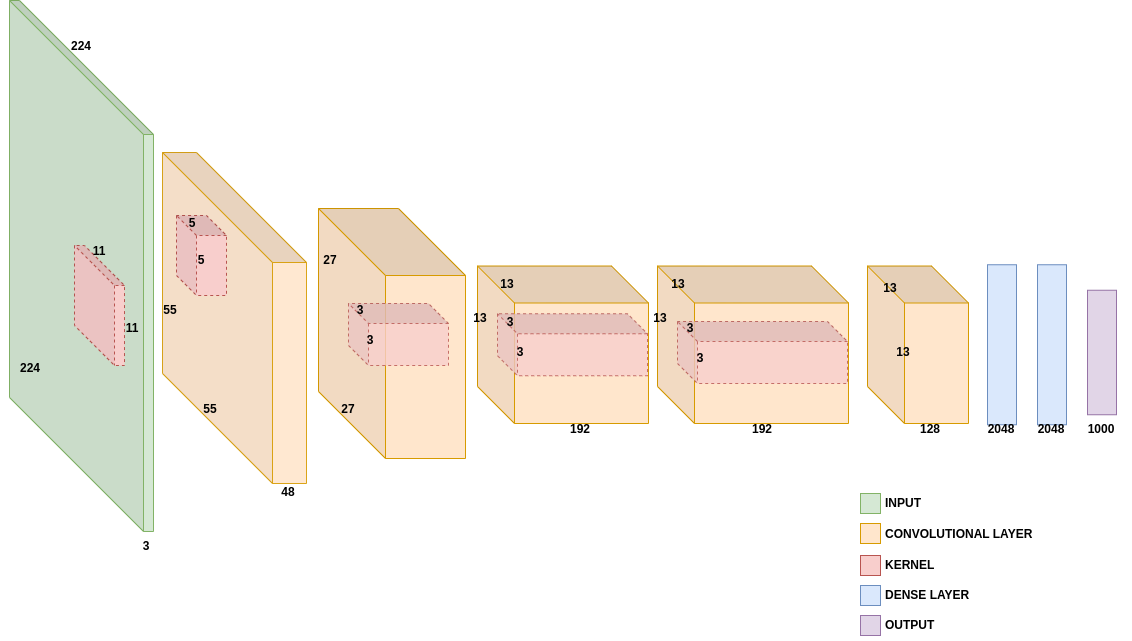
Above: Architectures/AlexNet/src/AlexNet.png in GuidoManni/DeepLearningImplementation (draw.io), before the change. Source tidied: cells renumbered, new cells last; positions are measured from the earlier drawing's top-left corner, leaving out a move shared by most shapes. The source it was exported from:
```xml
<mxGraphModel>
  <root>
    <mxCell id="0" />
    <mxCell id="1" parent="0" />
    <mxCell id="2" style="shape=cube;whiteSpace=wrap;html=1;boundedLbl=1;backgroundOutline=1;darkOpacity=0.05;darkOpacity2=0.1;direction=north;rotation=-180;size=134;fillColor=#d5e8d4;strokeColor=#82b366;flipH=1;" parent="1" vertex="1">
      <mxGeometry x="9" width="144" height="531" as="geometry" />
    </mxCell>
    <mxCell id="3" style="shape=cube;whiteSpace=wrap;html=1;boundedLbl=1;backgroundOutline=1;darkOpacity=0.05;darkOpacity2=0.1;direction=north;rotation=-180;size=40;fillColor=#f8cecc;strokeColor=#b85450;flipH=1;dashed=1;" parent="1" vertex="1">
      <mxGeometry x="74" y="245" width="50" height="120" as="geometry" />
    </mxCell>
    <mxCell id="4" style="shape=cube;whiteSpace=wrap;html=1;boundedLbl=1;backgroundOutline=1;darkOpacity=0.05;darkOpacity2=0.1;direction=north;rotation=-180;size=110;fillColor=#ffe6cc;strokeColor=#d79b00;flipH=1;gradientColor=none;opacity=90;" parent="1" vertex="1">
      <mxGeometry x="162" y="152" width="144" height="331" as="geometry" />
    </mxCell>
    <mxCell id="5" style="shape=cube;whiteSpace=wrap;html=1;boundedLbl=1;backgroundOutline=1;darkOpacity=0.05;darkOpacity2=0.1;direction=north;rotation=-180;size=20;fillColor=#f8cecc;strokeColor=#b85450;flipH=1;dashed=1;strokeWidth=1;" parent="1" vertex="1">
      <mxGeometry x="176" y="215" width="50" height="80" as="geometry" />
    </mxCell>
    <mxCell id="6" style="shape=cube;whiteSpace=wrap;html=1;boundedLbl=1;backgroundOutline=1;darkOpacity=0.05;darkOpacity2=0.1;direction=north;rotation=-180;size=37;fillColor=#ffe6cc;strokeColor=#d79b00;flipH=1;" parent="1" vertex="1">
      <mxGeometry x="477" y="265.5" width="171" height="157.5" as="geometry" />
    </mxCell>
    <mxCell id="7" style="shape=cube;whiteSpace=wrap;html=1;boundedLbl=1;backgroundOutline=1;darkOpacity=0.05;darkOpacity2=0.1;direction=north;rotation=-180;size=67;fillColor=#ffe6cc;strokeColor=#d79b00;flipH=1;perimeterSpacing=0;" parent="1" vertex="1">
      <mxGeometry x="318" y="208" width="147" height="250" as="geometry" />
    </mxCell>
    <mxCell id="8" style="shape=cube;whiteSpace=wrap;html=1;boundedLbl=1;backgroundOutline=1;darkOpacity=0.05;darkOpacity2=0.1;direction=north;rotation=-180;size=20;fillColor=#f8cecc;strokeColor=#b85450;flipH=1;dashed=1;opacity=80;" parent="1" vertex="1">
      <mxGeometry x="348" y="303" width="100" height="62" as="geometry" />
    </mxCell>
    <mxCell id="9" style="shape=cube;whiteSpace=wrap;html=1;boundedLbl=1;backgroundOutline=1;darkOpacity=0.05;darkOpacity2=0.1;direction=north;rotation=-180;size=20;fillColor=#f8cecc;strokeColor=#b85450;flipH=1;dashed=1;opacity=80;" parent="1" vertex="1">
      <mxGeometry x="497" y="313.2" width="150" height="62" as="geometry" />
    </mxCell>
    <mxCell id="10" style="shape=cube;whiteSpace=wrap;html=1;boundedLbl=1;backgroundOutline=1;darkOpacity=0.05;darkOpacity2=0.1;direction=north;rotation=-180;size=37;fillColor=#ffe6cc;strokeColor=#d79b00;flipH=1;" parent="1" vertex="1">
      <mxGeometry x="657" y="265.5" width="191" height="157.5" as="geometry" />
    </mxCell>
    <mxCell id="11" style="shape=cube;whiteSpace=wrap;html=1;boundedLbl=1;backgroundOutline=1;darkOpacity=0.05;darkOpacity2=0.1;direction=north;rotation=-180;size=20;fillColor=#f8cecc;strokeColor=#b85450;flipH=1;dashed=1;opacity=80;" parent="1" vertex="1">
      <mxGeometry x="677" y="321" width="170" height="62" as="geometry" />
    </mxCell>
    <mxCell id="12" style="shape=cube;whiteSpace=wrap;html=1;boundedLbl=1;backgroundOutline=1;darkOpacity=0.05;darkOpacity2=0.1;direction=north;rotation=-180;size=37;fillColor=#ffe6cc;strokeColor=#d79b00;flipH=1;" parent="1" vertex="1">
      <mxGeometry x="867" y="265.5" width="101" height="157.5" as="geometry" />
    </mxCell>
    <mxCell id="13" style="rounded=0;whiteSpace=wrap;html=1;fillColor=#dae8fc;strokeColor=#6c8ebf;" parent="1" vertex="1">
      <mxGeometry x="987" y="264.2" width="29" height="160" as="geometry" />
    </mxCell>
    <mxCell id="14" style="rounded=0;whiteSpace=wrap;html=1;fillColor=#dae8fc;strokeColor=#6c8ebf;" parent="1" vertex="1">
      <mxGeometry x="1037" y="264.2" width="29" height="160" as="geometry" />
    </mxCell>
    <mxCell id="15" style="rounded=0;whiteSpace=wrap;html=1;fillColor=#e1d5e7;strokeColor=#9673a6;" parent="1" vertex="1">
      <mxGeometry x="1087" y="289.8" width="29" height="124.5" as="geometry" />
    </mxCell>
    <mxCell id="16" value="&lt;b&gt;INPUT&lt;/b&gt;" style="text;html=1;align=center;verticalAlign=middle;whiteSpace=wrap;rounded=0;" parent="1" vertex="1">
      <mxGeometry x="873" y="488" width="60" height="30" as="geometry" />
    </mxCell>
    <mxCell id="17" style="rounded=0;whiteSpace=wrap;html=1;fillColor=#d5e8d4;strokeColor=#82b366;" parent="1" vertex="1">
      <mxGeometry x="860" y="493" width="20" height="20" as="geometry" />
    </mxCell>
    <mxCell id="18" value="&lt;b&gt;CONVOLUTIONAL LAYER&lt;/b&gt;" style="text;html=1;align=left;verticalAlign=middle;whiteSpace=wrap;rounded=0;" parent="1" vertex="1">
      <mxGeometry x="883" y="519" width="187" height="30" as="geometry" />
    </mxCell>
    <mxCell id="19" style="rounded=0;whiteSpace=wrap;html=1;fillColor=#ffe6cc;strokeColor=#d79b00;" parent="1" vertex="1">
      <mxGeometry x="860" y="523" width="20" height="20" as="geometry" />
    </mxCell>
    <mxCell id="20" style="rounded=0;whiteSpace=wrap;html=1;fillColor=#f8cecc;strokeColor=#b85450;" parent="1" vertex="1">
      <mxGeometry x="860" y="555" width="20" height="20" as="geometry" />
    </mxCell>
    <mxCell id="21" value="&lt;b&gt;KERNEL&lt;/b&gt;" style="text;html=1;align=left;verticalAlign=middle;whiteSpace=wrap;rounded=0;" parent="1" vertex="1">
      <mxGeometry x="883" y="550" width="187" height="30" as="geometry" />
    </mxCell>
    <mxCell id="22" style="rounded=0;whiteSpace=wrap;html=1;fillColor=#dae8fc;strokeColor=#6c8ebf;" parent="1" vertex="1">
      <mxGeometry x="860" y="585" width="20" height="20" as="geometry" />
    </mxCell>
    <mxCell id="23" value="&lt;b&gt;DENSE LAYER&lt;/b&gt;" style="text;html=1;align=left;verticalAlign=middle;whiteSpace=wrap;rounded=0;" parent="1" vertex="1">
      <mxGeometry x="883" y="580" width="187" height="30" as="geometry" />
    </mxCell>
    <mxCell id="24" value="&lt;b&gt;3&lt;/b&gt;" style="text;html=1;align=center;verticalAlign=middle;whiteSpace=wrap;rounded=0;" parent="1" vertex="1">
      <mxGeometry x="116" y="531" width="60" height="30" as="geometry" />
    </mxCell>
    <mxCell id="25" value="&lt;b&gt;224&lt;/b&gt;" style="text;html=1;align=center;verticalAlign=middle;whiteSpace=wrap;rounded=0;" parent="1" vertex="1">
      <mxGeometry x="51" y="31" width="60" height="30" as="geometry" />
    </mxCell>
    <mxCell id="26" value="&lt;b&gt;224&lt;/b&gt;" style="text;html=1;align=center;verticalAlign=middle;whiteSpace=wrap;rounded=0;" parent="1" vertex="1">
      <mxGeometry y="353" width="60" height="30" as="geometry" />
    </mxCell>
    <mxCell id="27" value="&lt;b&gt;11&lt;/b&gt;" style="text;html=1;align=center;verticalAlign=middle;whiteSpace=wrap;rounded=0;" parent="1" vertex="1">
      <mxGeometry x="69" y="235.5" width="60" height="30" as="geometry" />
    </mxCell>
    <mxCell id="28" value="&lt;b&gt;11&lt;/b&gt;" style="text;html=1;align=center;verticalAlign=middle;whiteSpace=wrap;rounded=0;" parent="1" vertex="1">
      <mxGeometry x="102" y="313.2" width="60" height="30" as="geometry" />
    </mxCell>
    <mxCell id="29" value="&lt;b&gt;55&lt;/b&gt;" style="text;html=1;align=center;verticalAlign=middle;whiteSpace=wrap;rounded=0;" parent="1" vertex="1">
      <mxGeometry x="180" y="394.2" width="60" height="30" as="geometry" />
    </mxCell>
    <mxCell id="30" value="&lt;b&gt;55&lt;/b&gt;" style="text;html=1;align=center;verticalAlign=middle;whiteSpace=wrap;rounded=0;" parent="1" vertex="1">
      <mxGeometry x="140" y="295" width="60" height="30" as="geometry" />
    </mxCell>
    <mxCell id="31" value="&lt;b&gt;48&lt;/b&gt;" style="text;html=1;align=center;verticalAlign=middle;whiteSpace=wrap;rounded=0;" parent="1" vertex="1">
      <mxGeometry x="258" y="477" width="60" height="30" as="geometry" />
    </mxCell>
    <mxCell id="32" value="&lt;b&gt;5&lt;/b&gt;" style="text;html=1;align=center;verticalAlign=middle;whiteSpace=wrap;rounded=0;" parent="1" vertex="1">
      <mxGeometry x="171" y="245" width="60" height="30" as="geometry" />
    </mxCell>
    <mxCell id="33" value="&lt;b&gt;5&lt;/b&gt;" style="text;html=1;align=center;verticalAlign=middle;whiteSpace=wrap;rounded=0;" parent="1" vertex="1">
      <mxGeometry x="162" y="208" width="60" height="30" as="geometry" />
    </mxCell>
    <mxCell id="34" value="&lt;b&gt;3&lt;/b&gt;" style="text;html=1;align=center;verticalAlign=middle;whiteSpace=wrap;rounded=0;" parent="1" vertex="1">
      <mxGeometry x="340" y="325" width="60" height="30" as="geometry" />
    </mxCell>
    <mxCell id="35" value="&lt;b&gt;3&lt;/b&gt;" style="text;html=1;align=center;verticalAlign=middle;whiteSpace=wrap;rounded=0;" parent="1" vertex="1">
      <mxGeometry x="330" y="295" width="60" height="30" as="geometry" />
    </mxCell>
    <mxCell id="36" value="&lt;b&gt;3&lt;/b&gt;" style="text;html=1;align=center;verticalAlign=middle;whiteSpace=wrap;rounded=0;" parent="1" vertex="1">
      <mxGeometry x="490" y="337" width="60" height="30" as="geometry" />
    </mxCell>
    <mxCell id="37" value="&lt;b&gt;3&lt;/b&gt;" style="text;html=1;align=center;verticalAlign=middle;whiteSpace=wrap;rounded=0;" parent="1" vertex="1">
      <mxGeometry x="480" y="307" width="60" height="30" as="geometry" />
    </mxCell>
    <mxCell id="38" value="&lt;b&gt;3&lt;/b&gt;" style="text;html=1;align=center;verticalAlign=middle;whiteSpace=wrap;rounded=0;" parent="1" vertex="1">
      <mxGeometry x="660" y="313.2" width="60" height="30" as="geometry" />
    </mxCell>
    <mxCell id="39" value="&lt;b&gt;3&lt;/b&gt;" style="text;html=1;align=center;verticalAlign=middle;whiteSpace=wrap;rounded=0;" parent="1" vertex="1">
      <mxGeometry x="670" y="343.2" width="60" height="30" as="geometry" />
    </mxCell>
    <mxCell id="40" value="&lt;b&gt;128&lt;/b&gt;" style="text;html=1;align=center;verticalAlign=middle;whiteSpace=wrap;rounded=0;" parent="1" vertex="1">
      <mxGeometry x="900" y="414.2" width="60" height="30" as="geometry" />
    </mxCell>
    <mxCell id="41" value="&lt;b&gt;27&lt;/b&gt;" style="text;html=1;align=center;verticalAlign=middle;whiteSpace=wrap;rounded=0;" parent="1" vertex="1">
      <mxGeometry x="318" y="394.2" width="60" height="30" as="geometry" />
    </mxCell>
    <mxCell id="42" value="&lt;b&gt;27&lt;/b&gt;" style="text;html=1;align=center;verticalAlign=middle;whiteSpace=wrap;rounded=0;" parent="1" vertex="1">
      <mxGeometry x="300" y="245" width="60" height="30" as="geometry" />
    </mxCell>
    <mxCell id="43" value="&lt;b&gt;13&lt;/b&gt;" style="text;html=1;align=center;verticalAlign=middle;whiteSpace=wrap;rounded=0;" parent="1" vertex="1">
      <mxGeometry x="477" y="269" width="60" height="30" as="geometry" />
    </mxCell>
    <mxCell id="44" value="&lt;b&gt;13&lt;/b&gt;" style="text;html=1;align=center;verticalAlign=middle;whiteSpace=wrap;rounded=0;" parent="1" vertex="1">
      <mxGeometry x="450" y="302.5" width="60" height="30" as="geometry" />
    </mxCell>
    <mxCell id="45" value="&lt;b&gt;192&lt;/b&gt;" style="text;html=1;align=center;verticalAlign=middle;whiteSpace=wrap;rounded=0;" parent="1" vertex="1">
      <mxGeometry x="550" y="414.2" width="60" height="30" as="geometry" />
    </mxCell>
    <mxCell id="46" value="&lt;b&gt;13&lt;/b&gt;" style="text;html=1;align=center;verticalAlign=middle;whiteSpace=wrap;rounded=0;" parent="1" vertex="1">
      <mxGeometry x="648" y="269" width="60" height="30" as="geometry" />
    </mxCell>
    <mxCell id="47" value="&lt;b&gt;13&lt;/b&gt;" style="text;html=1;align=center;verticalAlign=middle;whiteSpace=wrap;rounded=0;" parent="1" vertex="1">
      <mxGeometry x="630" y="303" width="60" height="30" as="geometry" />
    </mxCell>
    <mxCell id="48" value="&lt;b&gt;192&lt;/b&gt;" style="text;html=1;align=center;verticalAlign=middle;whiteSpace=wrap;rounded=0;" parent="1" vertex="1">
      <mxGeometry x="732" y="414.2" width="60" height="30" as="geometry" />
    </mxCell>
    <mxCell id="49" value="&lt;b&gt;13&lt;/b&gt;" style="text;html=1;align=center;verticalAlign=middle;whiteSpace=wrap;rounded=0;" parent="1" vertex="1">
      <mxGeometry x="860" y="273" width="60" height="30" as="geometry" />
    </mxCell>
    <mxCell id="50" value="&lt;b&gt;13&lt;/b&gt;" style="text;html=1;align=center;verticalAlign=middle;whiteSpace=wrap;rounded=0;" parent="1" vertex="1">
      <mxGeometry x="873" y="337" width="60" height="30" as="geometry" />
    </mxCell>
    <mxCell id="51" value="&lt;b&gt;2048&lt;/b&gt;&lt;span style=&quot;color: rgba(0, 0, 0, 0); font-family: monospace; font-size: 0px; text-align: start; text-wrap: nowrap;&quot;&gt;%3CmxGraphModel%3E%3Croot%3E%3CmxCell%20id%3D%220%22%2F%3E%3CmxCell%20id%3D%221%22%20parent%3D%220%22%2F%3E%3CmxCell%20id%3D%222%22%20value%3D%22%26lt%3Bb%26gt%3B128%26lt%3B%2Fb%26gt%3B%22%20style%3D%22text%3Bhtml%3D1%3Balign%3Dcenter%3BverticalAlign%3Dmiddle%3BwhiteSpace%3Dwrap%3Brounded%3D0%3B%22%20vertex%3D%221%22%20parent%3D%221%22%3E%3CmxGeometry%20x%3D%22900%22%20y%3D%22543.25%22%20width%3D%2260%22%20height%3D%2230%22%20as%3D%22geometry%22%2F%3E%3C%2FmxCell%3E%3C%2Froot%3E%3C%2FmxGraphModel%3E&lt;/span&gt;" style="text;html=1;align=center;verticalAlign=middle;whiteSpace=wrap;rounded=0;" parent="1" vertex="1">
      <mxGeometry x="971.5" y="414.2" width="60" height="30" as="geometry" />
    </mxCell>
    <mxCell id="52" value="&lt;b&gt;2048&lt;/b&gt;&lt;span style=&quot;color: rgba(0, 0, 0, 0); font-family: monospace; font-size: 0px; text-align: start; text-wrap: nowrap;&quot;&gt;%3CmxGraphModel%3E%3Croot%3E%3CmxCell%20id%3D%220%22%2F%3E%3CmxCell%20id%3D%221%22%20parent%3D%220%22%2F%3E%3CmxCell%20id%3D%222%22%20value%3D%22%26lt%3Bb%26gt%3B128%26lt%3B%2Fb%26gt%3B%22%20style%3D%22text%3Bhtml%3D1%3Balign%3Dcenter%3BverticalAlign%3Dmiddle%3BwhiteSpace%3Dwrap%3Brounded%3D0%3B%22%20vertex%3D%221%22%20parent%3D%221%22%3E%3CmxGeometry%20x%3D%22900%22%20y%3D%22543.25%22%20width%3D%2260%22%20height%3D%2230%22%20as%3D%22geometry%22%2F%3E%3C%2FmxCell%3E%3C%2Froot%3E%3C%2FmxGraphModel%3E&lt;/span&gt;" style="text;html=1;align=center;verticalAlign=middle;whiteSpace=wrap;rounded=0;" parent="1" vertex="1">
      <mxGeometry x="1021.5" y="414.2" width="60" height="30" as="geometry" />
    </mxCell>
    <mxCell id="53" value="&lt;b&gt;1000&lt;/b&gt;" style="text;html=1;align=center;verticalAlign=middle;whiteSpace=wrap;rounded=0;" parent="1" vertex="1">
      <mxGeometry x="1071.5" y="414.2" width="60" height="30" as="geometry" />
    </mxCell>
    <mxCell id="54" style="rounded=0;whiteSpace=wrap;html=1;fillColor=#e1d5e7;strokeColor=#9673a6;" parent="1" vertex="1">
      <mxGeometry x="860" y="615" width="20" height="20" as="geometry" />
    </mxCell>
    <mxCell id="55" value="&lt;b&gt;OUTPUT&lt;/b&gt;" style="text;html=1;align=left;verticalAlign=middle;whiteSpace=wrap;rounded=0;" parent="1" vertex="1">
      <mxGeometry x="883" y="610" width="187" height="30" as="geometry" />
    </mxCell>
  </root>
</mxGraphModel>
```
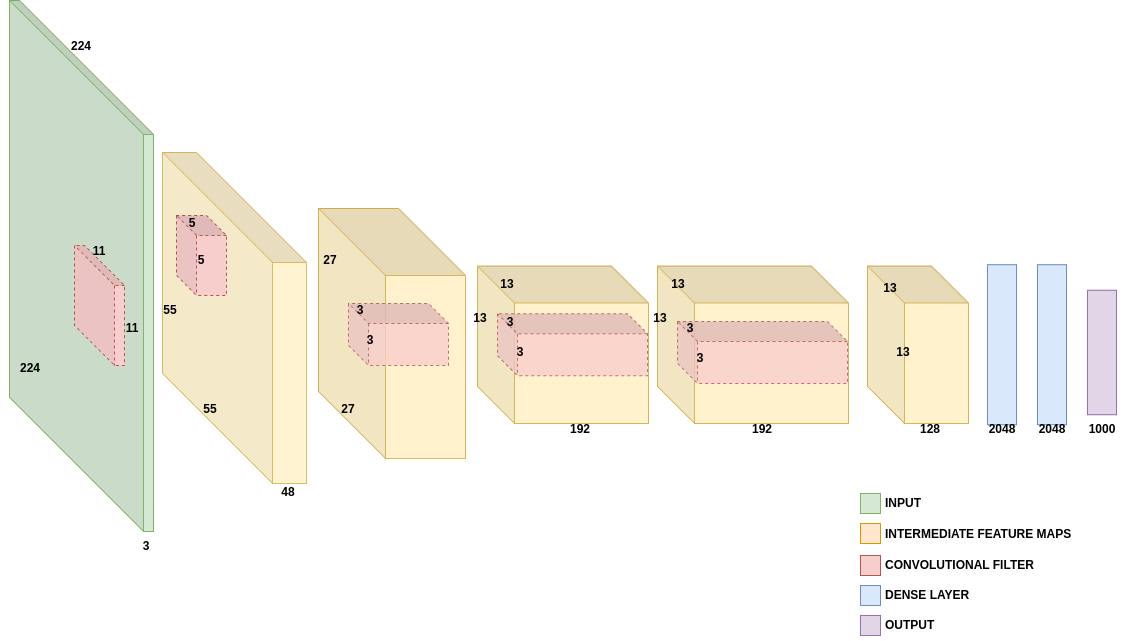
After the commit.

The edit, as a diff of the source:
```diff
@@ -8,16 +8,16 @@
     <mxCell id="3" style="shape=cube;whiteSpace=wrap;html=1;boundedLbl=1;backgroundOutline=1;darkOpacity=0.05;darkOpacity2=0.1;direction=north;rotation=-180;size=40;fillColor=#f8cecc;strokeColor=#b85450;flipH=1;dashed=1;" parent="1" vertex="1">
       <mxGeometry x="74" y="245" width="50" height="120" as="geometry" />
     </mxCell>
-    <mxCell id="4" style="shape=cube;whiteSpace=wrap;html=1;boundedLbl=1;backgroundOutline=1;darkOpacity=0.05;darkOpacity2=0.1;direction=north;rotation=-180;size=110;fillColor=#ffe6cc;strokeColor=#d79b00;flipH=1;gradientColor=none;opacity=90;" parent="1" vertex="1">
+    <mxCell id="4" style="shape=cube;whiteSpace=wrap;html=1;boundedLbl=1;backgroundOutline=1;darkOpacity=0.05;darkOpacity2=0.1;direction=north;rotation=-180;size=110;fillColor=#fff2cc;strokeColor=#d6b656;flipH=1;opacity=90;" parent="1" vertex="1">
       <mxGeometry x="162" y="152" width="144" height="331" as="geometry" />
     </mxCell>
     <mxCell id="5" style="shape=cube;whiteSpace=wrap;html=1;boundedLbl=1;backgroundOutline=1;darkOpacity=0.05;darkOpacity2=0.1;direction=north;rotation=-180;size=20;fillColor=#f8cecc;strokeColor=#b85450;flipH=1;dashed=1;strokeWidth=1;" parent="1" vertex="1">
       <mxGeometry x="176" y="215" width="50" height="80" as="geometry" />
     </mxCell>
-    <mxCell id="6" style="shape=cube;whiteSpace=wrap;html=1;boundedLbl=1;backgroundOutline=1;darkOpacity=0.05;darkOpacity2=0.1;direction=north;rotation=-180;size=37;fillColor=#ffe6cc;strokeColor=#d79b00;flipH=1;" parent="1" vertex="1">
+    <mxCell id="6" style="shape=cube;whiteSpace=wrap;html=1;boundedLbl=1;backgroundOutline=1;darkOpacity=0.05;darkOpacity2=0.1;direction=north;rotation=-180;size=37;fillColor=#fff2cc;strokeColor=#d6b656;flipH=1;" parent="1" vertex="1">
       <mxGeometry x="477" y="265.5" width="171" height="157.5" as="geometry" />
     </mxCell>
-    <mxCell id="7" style="shape=cube;whiteSpace=wrap;html=1;boundedLbl=1;backgroundOutline=1;darkOpacity=0.05;darkOpacity2=0.1;direction=north;rotation=-180;size=67;fillColor=#ffe6cc;strokeColor=#d79b00;flipH=1;perimeterSpacing=0;" parent="1" vertex="1">
+    <mxCell id="7" style="shape=cube;whiteSpace=wrap;html=1;boundedLbl=1;backgroundOutline=1;darkOpacity=0.05;darkOpacity2=0.1;direction=north;rotation=-180;size=67;fillColor=#fff2cc;strokeColor=#d6b656;flipH=1;perimeterSpacing=0;" parent="1" vertex="1">
       <mxGeometry x="318" y="208" width="147" height="250" as="geometry" />
     </mxCell>
     <mxCell id="8" style="shape=cube;whiteSpace=wrap;html=1;boundedLbl=1;backgroundOutline=1;darkOpacity=0.05;darkOpacity2=0.1;direction=north;rotation=-180;size=20;fillColor=#f8cecc;strokeColor=#b85450;flipH=1;dashed=1;opacity=80;" parent="1" vertex="1">
@@ -26,13 +26,13 @@
     <mxCell id="9" style="shape=cube;whiteSpace=wrap;html=1;boundedLbl=1;backgroundOutline=1;darkOpacity=0.05;darkOpacity2=0.1;direction=north;rotation=-180;size=20;fillColor=#f8cecc;strokeColor=#b85450;flipH=1;dashed=1;opacity=80;" parent="1" vertex="1">
       <mxGeometry x="497" y="313.2" width="150" height="62" as="geometry" />
     </mxCell>
-    <mxCell id="10" style="shape=cube;whiteSpace=wrap;html=1;boundedLbl=1;backgroundOutline=1;darkOpacity=0.05;darkOpacity2=0.1;direction=north;rotation=-180;size=37;fillColor=#ffe6cc;strokeColor=#d79b00;flipH=1;" parent="1" vertex="1">
+    <mxCell id="10" style="shape=cube;whiteSpace=wrap;html=1;boundedLbl=1;backgroundOutline=1;darkOpacity=0.05;darkOpacity2=0.1;direction=north;rotation=-180;size=37;fillColor=#fff2cc;strokeColor=#d6b656;flipH=1;" parent="1" vertex="1">
       <mxGeometry x="657" y="265.5" width="191" height="157.5" as="geometry" />
     </mxCell>
     <mxCell id="11" style="shape=cube;whiteSpace=wrap;html=1;boundedLbl=1;backgroundOutline=1;darkOpacity=0.05;darkOpacity2=0.1;direction=north;rotation=-180;size=20;fillColor=#f8cecc;strokeColor=#b85450;flipH=1;dashed=1;opacity=80;" parent="1" vertex="1">
       <mxGeometry x="677" y="321" width="170" height="62" as="geometry" />
     </mxCell>
-    <mxCell id="12" style="shape=cube;whiteSpace=wrap;html=1;boundedLbl=1;backgroundOutline=1;darkOpacity=0.05;darkOpacity2=0.1;direction=north;rotation=-180;size=37;fillColor=#ffe6cc;strokeColor=#d79b00;flipH=1;" parent="1" vertex="1">
+    <mxCell id="12" style="shape=cube;whiteSpace=wrap;html=1;boundedLbl=1;backgroundOutline=1;darkOpacity=0.05;darkOpacity2=0.1;direction=north;rotation=-180;size=37;fillColor=#fff2cc;strokeColor=#d6b656;flipH=1;" parent="1" vertex="1">
       <mxGeometry x="867" y="265.5" width="101" height="157.5" as="geometry" />
     </mxCell>
     <mxCell id="13" style="rounded=0;whiteSpace=wrap;html=1;fillColor=#dae8fc;strokeColor=#6c8ebf;" parent="1" vertex="1">
@@ -50,8 +50,8 @@
     <mxCell id="17" style="rounded=0;whiteSpace=wrap;html=1;fillColor=#d5e8d4;strokeColor=#82b366;" parent="1" vertex="1">
       <mxGeometry x="860" y="493" width="20" height="20" as="geometry" />
     </mxCell>
-    <mxCell id="18" value="&lt;b&gt;CONVOLUTIONAL LAYER&lt;/b&gt;" style="text;html=1;align=left;verticalAlign=middle;whiteSpace=wrap;rounded=0;" parent="1" vertex="1">
-      <mxGeometry x="883" y="519" width="187" height="30" as="geometry" />
+    <mxCell id="18" value="&lt;b&gt;INTERMEDIATE FEATURE MAPS&lt;/b&gt;" style="text;html=1;align=left;verticalAlign=middle;whiteSpace=wrap;rounded=0;" parent="1" vertex="1">
+      <mxGeometry x="883" y="519" width="197" height="30" as="geometry" />
     </mxCell>
     <mxCell id="19" style="rounded=0;whiteSpace=wrap;html=1;fillColor=#ffe6cc;strokeColor=#d79b00;" parent="1" vertex="1">
       <mxGeometry x="860" y="523" width="20" height="20" as="geometry" />
@@ -59,7 +59,7 @@
     <mxCell id="20" style="rounded=0;whiteSpace=wrap;html=1;fillColor=#f8cecc;strokeColor=#b85450;" parent="1" vertex="1">
       <mxGeometry x="860" y="555" width="20" height="20" as="geometry" />
     </mxCell>
-    <mxCell id="21" value="&lt;b&gt;KERNEL&lt;/b&gt;" style="text;html=1;align=left;verticalAlign=middle;whiteSpace=wrap;rounded=0;" parent="1" vertex="1">
+    <mxCell id="21" value="&lt;b&gt;CONVOLUTIONAL FILTER&lt;/b&gt;" style="text;html=1;align=left;verticalAlign=middle;whiteSpace=wrap;rounded=0;" parent="1" vertex="1">
       <mxGeometry x="883" y="550" width="187" height="30" as="geometry" />
     </mxCell>
     <mxCell id="22" style="rounded=0;whiteSpace=wrap;html=1;fillColor=#dae8fc;strokeColor=#6c8ebf;" parent="1" vertex="1">
```
